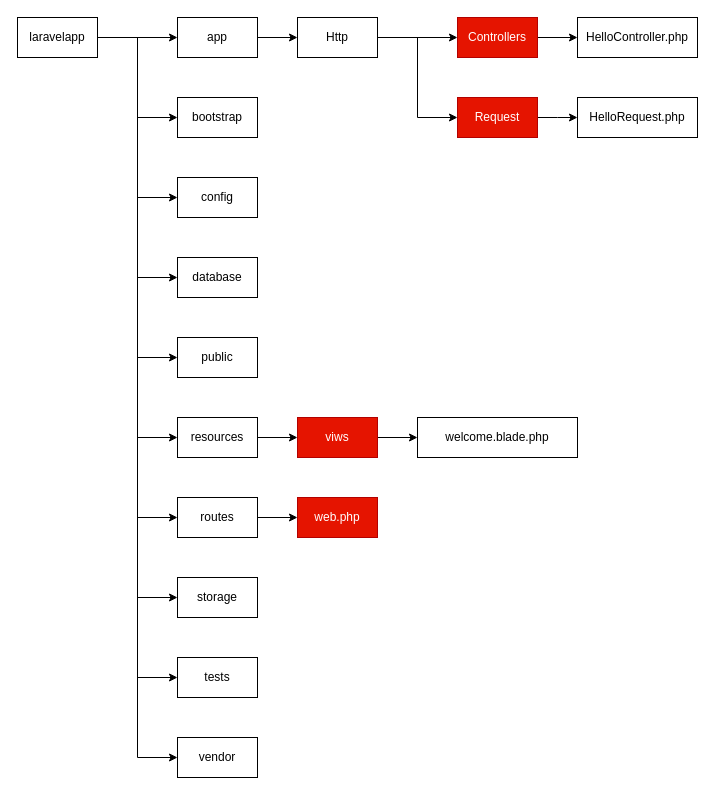
Before: Laravel/laravelapp/ゴミ/laravel_folder_原本.drawio in taiki1280/school_python, a draw.io diagram. Source tidied: cells renumbered, new cells numbered last; positions are measured from the earlier drawing's top-left corner, leaving out a move shared by most shapes. Both pictures are drawn from the tidied source at 100%, with x=0, y=0 at pixel (17, 17).
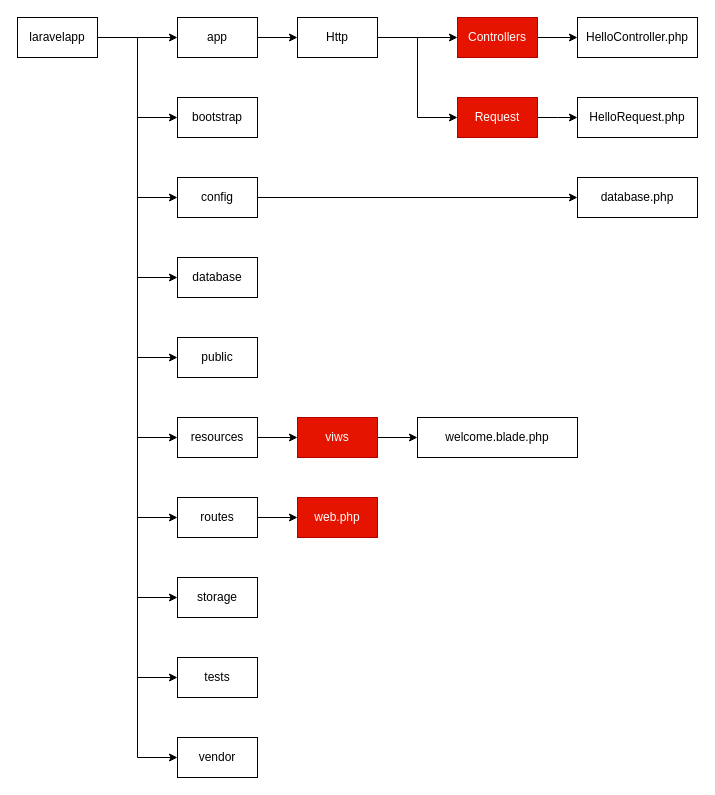
Above is the later version.

Unchanged cells that the change refers to:
```xml
<mxCell id="21" value="config" style="rounded=0;whiteSpace=wrap;html=1;" parent="1" vertex="1">
  <mxGeometry x="160" y="160" width="80" height="40" as="geometry" />
</mxCell>
```

Diff of the diagram source:
```diff
@@
+    <mxCell id="39" style="edgeStyle=orthogonalEdgeStyle;rounded=0;jettySize=auto;html=1;" parent="1" edge="1" source="21" target="40">
+      <mxGeometry relative="1" as="geometry" />
+    </mxCell>
@@
+    <mxCell id="40" value="database.php" style="rounded=0;whiteSpace=wrap;html=1;" parent="1" vertex="1">
+      <mxGeometry x="560" y="160" width="120" height="40" as="geometry" />
+    </mxCell>
```
